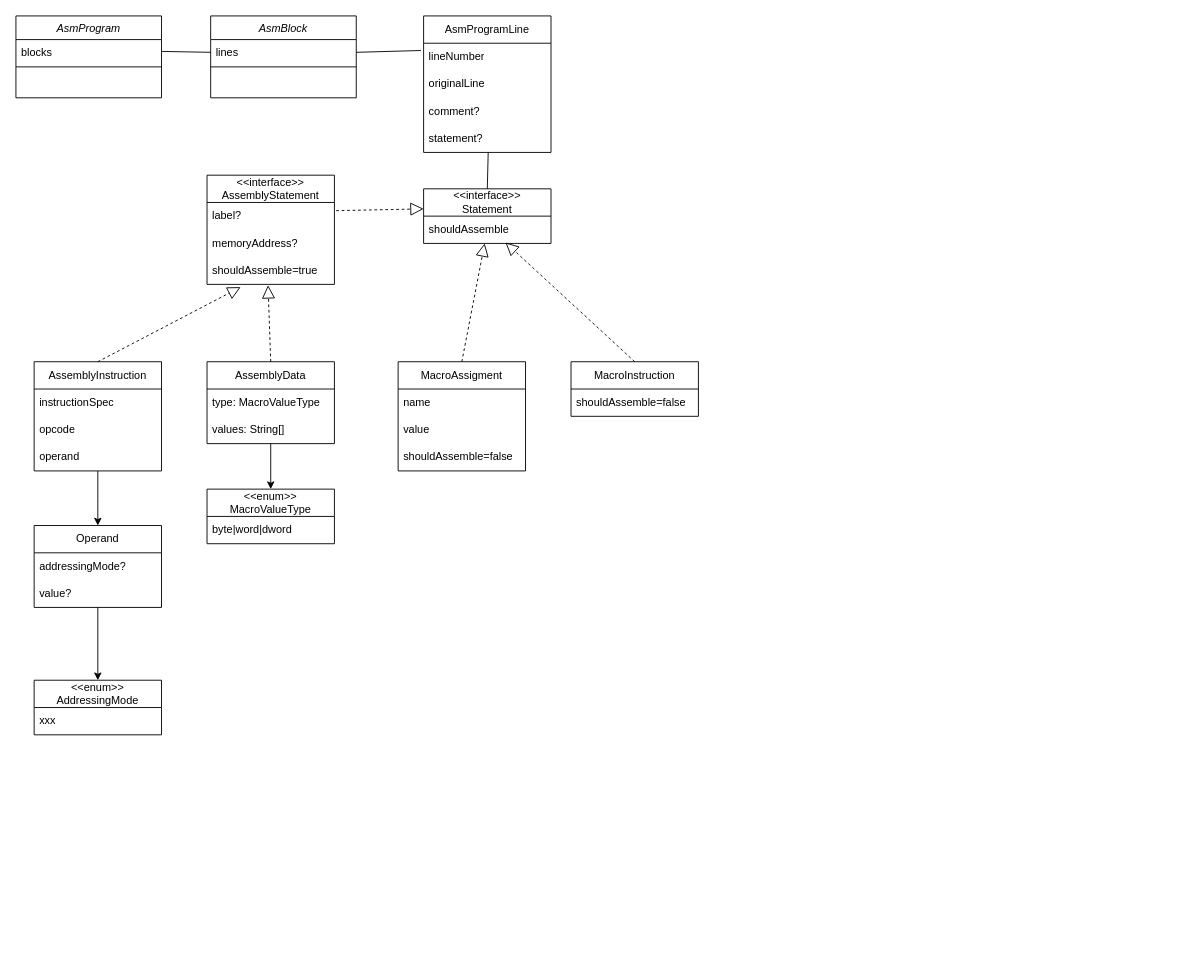
The draw.io diagram doc/dax64_datamodel.drawio in tevuore/dax64, before the edit. Source tidied: cells renumbered, new cells numbered last; positions are measured from the earlier drawing's top-left corner, leaving out a move shared by most shapes. Both pictures are drawn from the tidied source at 91%, with x=0, y=0 at pixel (15, 15).
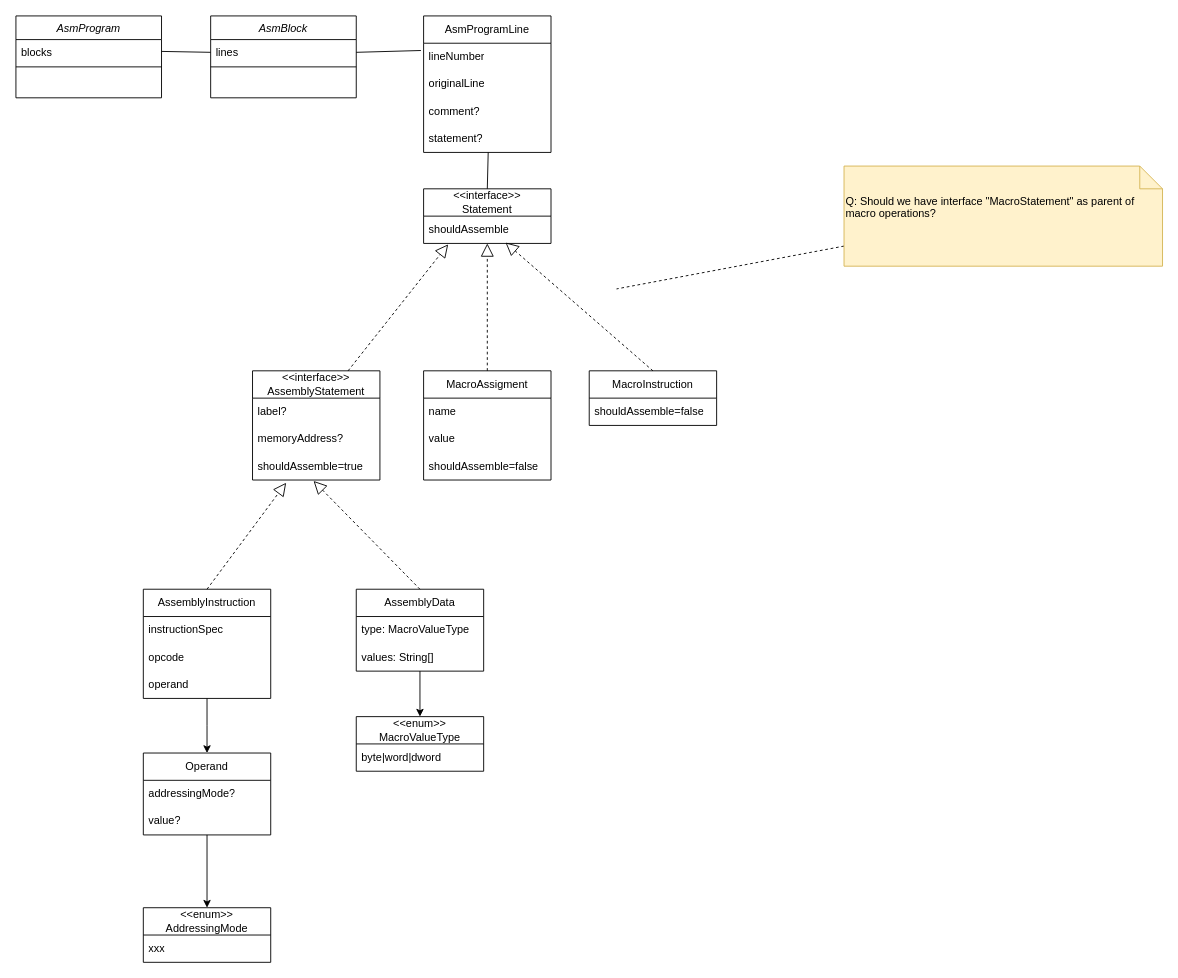
The same diagram, later.

Commit message:
Fix issues in diagram and make it more readable

The change refers to these unchanged cells:
```xml
<mxCell id="13" value="&amp;lt;&amp;lt;interface&amp;gt;&amp;gt;&lt;br&gt;Statement" style="swimlane;fontStyle=0;horizontal=1;startSize=30;whiteSpace=wrap;html=1;" parent="1" vertex="1">
  <mxGeometry x="448" y="190" width="140" height="60" as="geometry" />
</mxCell>
<mxCell id="14" value="shouldAssemble" style="text;strokeColor=none;fillColor=none;align=left;verticalAlign=middle;spacingLeft=4;spacingRight=4;overflow=hidden;points=[[0,0.5],[1,0.5]];portConstraint=eastwest;whiteSpace=wrap;html=1;" parent="13" vertex="1">
  <mxGeometry y="30" width="140" height="30" as="geometry" />
</mxCell>
<mxCell id="19" value="label?" style="text;strokeColor=none;fillColor=none;align=left;verticalAlign=middle;spacingLeft=4;spacingRight=4;overflow=hidden;points=[[0,0.5],[1,0.5]];portConstraint=eastwest;whiteSpace=wrap;html=1;" parent="18" vertex="1">
  <mxGeometry y="30" width="140" height="30" as="geometry" />
</mxCell>
```

The edit, as a diff of the source:
```diff
@@
     <mxCell id="18" value="&amp;lt;&amp;lt;interface&amp;gt;&amp;gt;&lt;br&gt;AssemblyStatement" style="swimlane;fontStyle=0;horizontal=1;startSize=30;whiteSpace=wrap;html=1;" parent="1" vertex="1">
-      <mxGeometry x="210" y="175" width="140" height="120" as="geometry" />
+      <mxGeometry x="260" y="390" width="140" height="120" as="geometry" />
     </mxCell>
@@
     <mxCell id="22" style="edgeStyle=orthogonalEdgeStyle;rounded=0;jettySize=auto;html=1;" parent="1" edge="1" source="23">
       <mxGeometry relative="1" as="geometry">
-        <mxPoint x="90" y="560" as="targetPoint" />
+        <mxPoint x="210" y="810" as="targetPoint" />
       </mxGeometry>
     </mxCell>
     <mxCell id="23" value="AssemblyInstruction" style="swimlane;fontStyle=0;horizontal=1;startSize=30;whiteSpace=wrap;html=1;" parent="1" vertex="1">
-      <mxGeometry x="20" y="380" width="140" height="120" as="geometry" />
+      <mxGeometry x="140" y="630" width="140" height="120" as="geometry" />
     </mxCell>
@@
-    <mxCell id="27" style="endArrow=block;dashed=1;endFill=0;endSize=12;html=1;rounded=0;exitX=1.014;exitY=0.3;exitDx=0;exitDy=0;entryX=0;entryY=0.367;entryDx=0;entryDy=0;entryPerimeter=0;exitPerimeter=0;" parent="1" edge="1" source="19" target="13">
+    <mxCell id="27" style="endArrow=block;dashed=1;endFill=0;endSize=12;html=1;rounded=0;exitX=0.75;exitY=0;exitDx=0;exitDy=0;entryX=0.193;entryY=1.033;entryDx=0;entryDy=0;entryPerimeter=0;" parent="1" edge="1" source="18" target="14">
       <mxGeometry relative="1" as="geometry" />
     </mxCell>
@@
     <mxCell id="30" value="AssemblyData" style="swimlane;fontStyle=0;horizontal=1;startSize=30;whiteSpace=wrap;html=1;" parent="1" vertex="1">
-      <mxGeometry x="210" y="380" width="140" height="90" as="geometry" />
+      <mxGeometry x="374" y="630" width="140" height="90" as="geometry" />
     </mxCell>
@@
     <mxCell id="34" value="MacroAssigment" style="swimlane;fontStyle=0;horizontal=1;startSize=30;whiteSpace=wrap;html=1;" parent="1" vertex="1">
-      <mxGeometry x="420" y="380" width="140" height="120" as="geometry" />
+      <mxGeometry x="448" y="390" width="140" height="120" as="geometry" />
     </mxCell>
@@
     <mxCell id="38" value="MacroInstruction" style="swimlane;fontStyle=0;horizontal=1;startSize=30;whiteSpace=wrap;html=1;" parent="1" vertex="1">
-      <mxGeometry x="610" y="380" width="140" height="60" as="geometry" />
+      <mxGeometry x="630" y="390" width="140" height="60" as="geometry" />
     </mxCell>
@@
-    <mxCell id="40" style="endArrow=block;dashed=1;endFill=0;endSize=12;html=1;rounded=0;" parent="1" edge="1" target="14">
-      <mxGeometry relative="1" as="geometry">
-        <mxPoint x="490" y="380" as="sourcePoint" />
-      </mxGeometry>
+    <mxCell id="40" style="endArrow=block;dashed=1;endFill=0;endSize=12;html=1;rounded=0;exitX=0.5;exitY=0;exitDx=0;exitDy=0;" parent="1" edge="1" source="34" target="14">
+      <mxGeometry relative="1" as="geometry" />
     </mxCell>
@@
     <mxCell id="42" value="&amp;lt;&amp;lt;enum&amp;gt;&amp;gt;&lt;br&gt;MacroValueType" style="swimlane;fontStyle=0;horizontal=1;startSize=30;whiteSpace=wrap;html=1;" parent="1" vertex="1">
-      <mxGeometry x="210" y="520" width="140" height="60" as="geometry" />
+      <mxGeometry x="374" y="770" width="140" height="60" as="geometry" />
     </mxCell>
@@
     <mxCell id="44" value="&amp;lt;&amp;lt;enum&amp;gt;&amp;gt;&lt;br&gt;AddressingMode" style="swimlane;fontStyle=0;horizontal=1;startSize=30;whiteSpace=wrap;html=1;" parent="1" vertex="1">
-      <mxGeometry x="20" y="730" width="140" height="60" as="geometry" />
+      <mxGeometry x="140" y="980" width="140" height="60" as="geometry" />
     </mxCell>
@@
     <mxCell id="46" value="Operand" style="swimlane;fontStyle=0;horizontal=1;startSize=30;whiteSpace=wrap;html=1;" parent="1" vertex="1">
-      <mxGeometry x="20" y="560" width="140" height="90" as="geometry" />
+      <mxGeometry x="140" y="810" width="140" height="90" as="geometry" />
     </mxCell>
@@
     <mxCell id="49" style="rounded=0;jettySize=auto;html=1;entryX=0.5;entryY=0;entryDx=0;entryDy=0;" parent="1" edge="1" target="44">
       <mxGeometry relative="1" as="geometry">
-        <mxPoint x="90" y="650" as="sourcePoint" />
+        <mxPoint x="210" y="900" as="sourcePoint" />
       </mxGeometry>
     </mxCell>
+    <mxCell id="50" style="rounded=0;jettySize=auto;html=1;dashed=1;endArrow=none;endFill=0;" parent="1" edge="1" source="51">
+      <mxGeometry relative="1" as="geometry">
+        <mxPoint x="660" y="300" as="targetPoint" />
+      </mxGeometry>
+    </mxCell>
+    <mxCell id="51" value="Q: Should we have interface &quot;MacroStatement&quot; as parent of macro operations?" style="shape=note2;boundedLbl=1;whiteSpace=wrap;html=1;size=25;verticalAlign=top;align=left;fillColor=#fff2cc;strokeColor=#d6b656;" parent="1" vertex="1">
+      <mxGeometry x="910" y="165" width="350" height="110" as="geometry" />
+    </mxCell>
```
